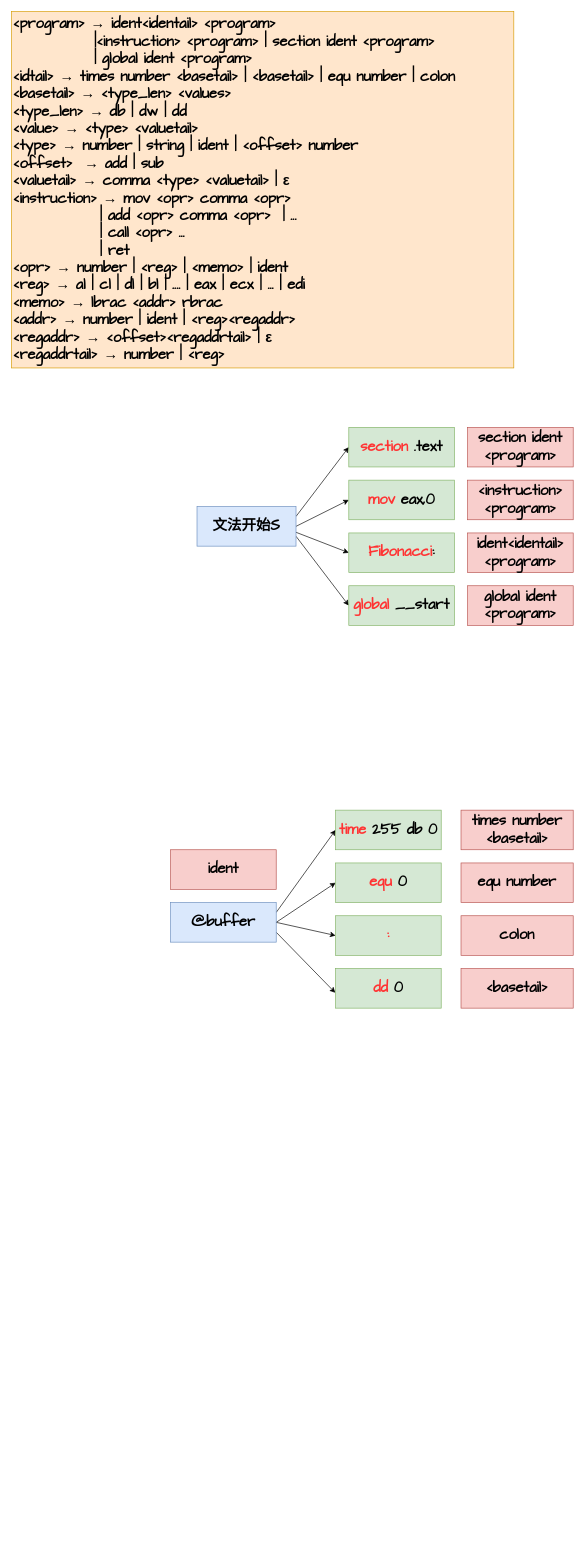
djh-sudo/tiny-C-Compiler keeps this draw.io diagram as document/src/as-递归下降.drawio. Above is the earlier version. Source tidied: cells renumbered, new cells numbered last; positions are measured from the earlier drawing's top-left corner, leaving out a move shared by most shapes. Both pictures are drawn from the tidied source at 66%, with x=0, y=0 at pixel (11, 11).
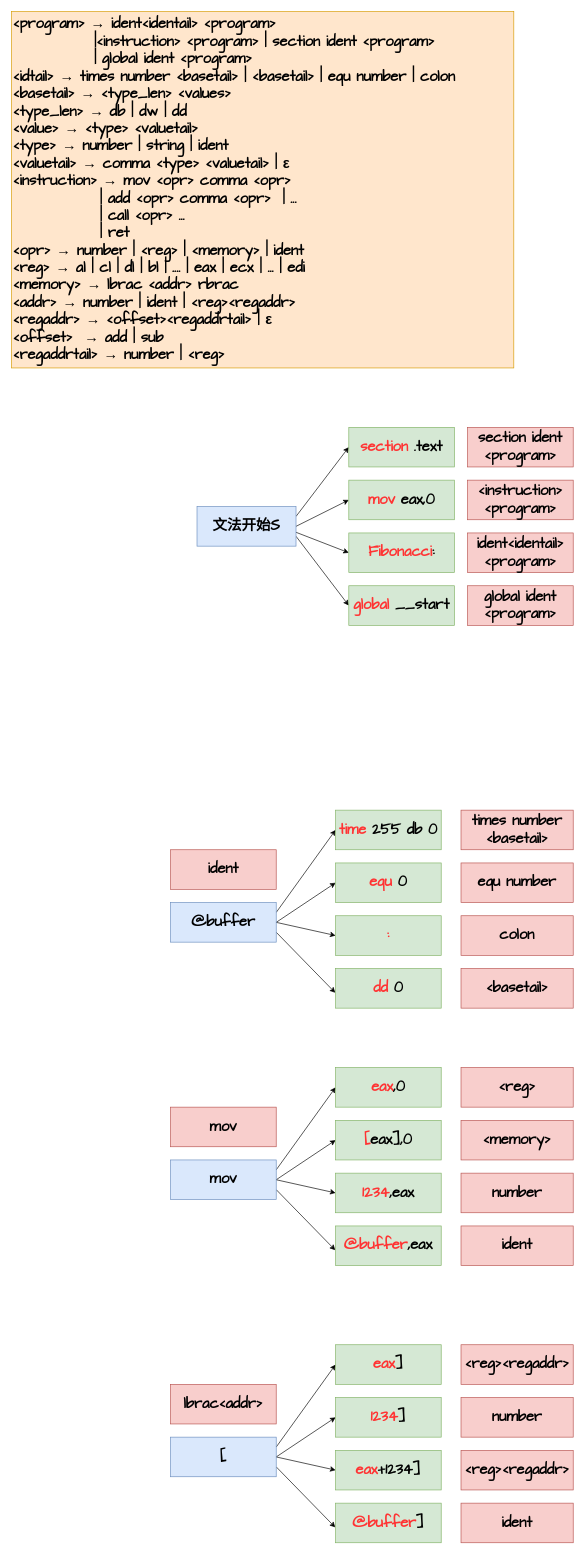
After the change.

What changed in the source:
```diff
@@
-    <mxCell id="2" value="&lt;b&gt;&lt;font face=&quot;Comic Sans MS&quot; style=&quot;font-size: 22px&quot;&gt;&amp;lt;program&amp;gt; → ident&amp;lt;identail&amp;gt; &amp;lt;program&amp;gt;&lt;br&gt;&amp;nbsp; &amp;nbsp; &amp;nbsp; &amp;nbsp; &amp;nbsp; &amp;nbsp; &amp;nbsp; |&amp;lt;instruction&amp;gt; &amp;lt;program&amp;gt; | section ident &amp;lt;program&amp;gt;&lt;br&gt;&amp;nbsp; &amp;nbsp; &amp;nbsp; &amp;nbsp; &amp;nbsp; &amp;nbsp; &amp;nbsp; | global ident &amp;lt;program&amp;gt;&lt;br&gt;&amp;lt;idtail&amp;gt; → times number &amp;lt;basetail&amp;gt; | &amp;lt;basetail&amp;gt; | equ number | colon&lt;br&gt;&amp;lt;basetail&amp;gt; → &amp;lt;type_len&amp;gt; &amp;lt;values&amp;gt;&lt;br&gt;&amp;lt;type_len&amp;gt; → db | dw | dd&lt;br&gt;&amp;lt;value&amp;gt; → &amp;lt;type&amp;gt; &amp;lt;valuetail&amp;gt;&lt;br&gt;&amp;lt;type&amp;gt; → number | string | ident | &amp;lt;offset&amp;gt; number&lt;br&gt;&amp;lt;offset&amp;gt;&amp;nbsp; → add | sub&lt;br&gt;&amp;lt;valuetail&amp;gt; → comma &amp;lt;type&amp;gt; &amp;lt;valuetail&amp;gt; | ε&lt;br&gt;&amp;lt;instruction&amp;gt; → mov &amp;lt;opr&amp;gt; comma &amp;lt;opr&amp;gt;&lt;br&gt;&amp;nbsp; &amp;nbsp; &amp;nbsp; &amp;nbsp; &amp;nbsp; &amp;nbsp; &amp;nbsp; &amp;nbsp;| add &amp;lt;opr&amp;gt; comma &amp;lt;opr&amp;gt;&amp;nbsp;&amp;nbsp;| ...&lt;br&gt;&amp;nbsp; &amp;nbsp; &amp;nbsp; &amp;nbsp; &amp;nbsp; &amp;nbsp; &amp;nbsp; &amp;nbsp;| call &amp;lt;opr&amp;gt; ...&lt;br&gt;&amp;nbsp; &amp;nbsp; &amp;nbsp; &amp;nbsp; &amp;nbsp; &amp;nbsp; &amp;nbsp; &amp;nbsp;| ret&lt;br&gt;&amp;lt;opr&amp;gt; → number | &amp;lt;reg&amp;gt; | &amp;lt;memo&amp;gt; | ident&lt;br&gt;&amp;lt;reg&amp;gt; → al | cl | dl | bl | .... | eax | ecx | ... | edi&lt;br&gt;&amp;lt;memo&amp;gt; → lbrac &amp;lt;addr&amp;gt; rbrac&lt;br&gt;&amp;lt;addr&amp;gt; → number | ident | &amp;lt;reg&amp;gt;&amp;lt;regaddr&amp;gt;&lt;br&gt;&amp;lt;regaddr&amp;gt; → &amp;lt;offset&amp;gt;&amp;lt;regaddrtail&amp;gt; | ε&lt;br&gt;&amp;lt;regaddrtail&amp;gt; → number | &amp;lt;reg&amp;gt;&lt;br&gt;&lt;/font&gt;&lt;/b&gt;" style="rounded=0;whiteSpace=wrap;html=1;fillColor=#ffe6cc;strokeColor=#d79b00;align=left;" parent="1" vertex="1">
+    <mxCell id="2" value="&lt;b&gt;&lt;font face=&quot;Comic Sans MS&quot; style=&quot;font-size: 22px&quot;&gt;&amp;lt;program&amp;gt; → ident&amp;lt;identail&amp;gt; &amp;lt;program&amp;gt;&lt;br&gt;&amp;nbsp; &amp;nbsp; &amp;nbsp; &amp;nbsp; &amp;nbsp; &amp;nbsp; &amp;nbsp; |&amp;lt;instruction&amp;gt; &amp;lt;program&amp;gt; | section ident &amp;lt;program&amp;gt;&lt;br&gt;&amp;nbsp; &amp;nbsp; &amp;nbsp; &amp;nbsp; &amp;nbsp; &amp;nbsp; &amp;nbsp; | global ident &amp;lt;program&amp;gt;&lt;br&gt;&amp;lt;idtail&amp;gt; → times number &amp;lt;basetail&amp;gt; | &amp;lt;basetail&amp;gt; | equ number | colon&lt;br&gt;&amp;lt;basetail&amp;gt; → &amp;lt;type_len&amp;gt; &amp;lt;values&amp;gt;&lt;br&gt;&amp;lt;type_len&amp;gt; → db | dw | dd&lt;br&gt;&amp;lt;value&amp;gt; → &amp;lt;type&amp;gt; &amp;lt;valuetail&amp;gt;&lt;br&gt;&amp;lt;type&amp;gt; → number | string | ident&lt;br&gt;&amp;lt;valuetail&amp;gt; → comma &amp;lt;type&amp;gt; &amp;lt;valuetail&amp;gt; | ε&lt;br&gt;&amp;lt;instruction&amp;gt; → mov &amp;lt;opr&amp;gt; comma &amp;lt;opr&amp;gt;&lt;br&gt;&amp;nbsp; &amp;nbsp; &amp;nbsp; &amp;nbsp; &amp;nbsp; &amp;nbsp; &amp;nbsp; &amp;nbsp;| add &amp;lt;opr&amp;gt; comma &amp;lt;opr&amp;gt;&amp;nbsp;&amp;nbsp;| ...&lt;br&gt;&amp;nbsp; &amp;nbsp; &amp;nbsp; &amp;nbsp; &amp;nbsp; &amp;nbsp; &amp;nbsp; &amp;nbsp;| call &amp;lt;opr&amp;gt; ...&lt;br&gt;&amp;nbsp; &amp;nbsp; &amp;nbsp; &amp;nbsp; &amp;nbsp; &amp;nbsp; &amp;nbsp; &amp;nbsp;| ret&lt;br&gt;&amp;lt;opr&amp;gt; → number | &amp;lt;reg&amp;gt; | &amp;lt;memory&amp;gt; | ident&lt;br&gt;&amp;lt;reg&amp;gt; → al | cl | dl | bl | .... | eax | ecx | ... | edi&lt;br&gt;&amp;lt;memory&amp;gt; → lbrac &amp;lt;addr&amp;gt; rbrac&lt;br&gt;&amp;lt;addr&amp;gt; → number | ident | &amp;lt;reg&amp;gt;&amp;lt;regaddr&amp;gt;&lt;br&gt;&amp;lt;regaddr&amp;gt; → &amp;lt;offset&amp;gt;&amp;lt;regaddrtail&amp;gt; | ε&lt;br&gt;&lt;/font&gt;&lt;/b&gt;&lt;b&gt;&lt;font face=&quot;Comic Sans MS&quot; style=&quot;font-size: 22px&quot;&gt;&amp;lt;offset&amp;gt;&amp;nbsp; → add | sub&lt;/font&gt;&lt;/b&gt;&lt;b&gt;&lt;font face=&quot;Comic Sans MS&quot; style=&quot;font-size: 22px&quot;&gt;&lt;br&gt;&amp;lt;regaddrtail&amp;gt; → number | &amp;lt;reg&amp;gt;&lt;br&gt;&lt;/font&gt;&lt;/b&gt;" style="rounded=0;whiteSpace=wrap;html=1;fillColor=#ffe6cc;strokeColor=#d79b00;align=left;" parent="1" vertex="1">
       <mxGeometry width="761" height="540" as="geometry" />
     </mxCell>
@@
+    <mxCell id="30" style="edgeStyle=none;rounded=0;jettySize=auto;html=1;exitX=1;exitY=0.25;exitDx=0;exitDy=0;entryX=0;entryY=0.5;entryDx=0;entryDy=0;" parent="1" edge="1" source="34" target="36">
+      <mxGeometry relative="1" as="geometry" />
+    </mxCell>
+    <mxCell id="31" style="edgeStyle=none;rounded=0;jettySize=auto;html=1;entryX=0;entryY=0.5;entryDx=0;entryDy=0;exitX=1;exitY=0.5;exitDx=0;exitDy=0;" parent="1" edge="1" source="34" target="37">
+      <mxGeometry relative="1" as="geometry" />
+    </mxCell>
+    <mxCell id="32" style="edgeStyle=none;rounded=0;jettySize=auto;html=1;entryX=0;entryY=0.5;entryDx=0;entryDy=0;exitX=1;exitY=0.5;exitDx=0;exitDy=0;" parent="1" edge="1" source="34" target="38">
+      <mxGeometry relative="1" as="geometry" />
+    </mxCell>
+    <mxCell id="33" style="edgeStyle=none;rounded=0;jettySize=auto;html=1;exitX=1;exitY=0.75;exitDx=0;exitDy=0;entryX=-0.003;entryY=0.612;entryDx=0;entryDy=0;entryPerimeter=0;" parent="1" edge="1" source="34" target="39">
+      <mxGeometry relative="1" as="geometry" />
+    </mxCell>
+    <mxCell id="34" value="&lt;b&gt;&lt;font face=&quot;Comic Sans MS&quot; style=&quot;font-size: 22px&quot;&gt;mov&lt;/font&gt;&lt;/b&gt;" style="rounded=0;whiteSpace=wrap;html=1;fillColor=#dae8fc;strokeColor=#6c8ebf;" parent="1" vertex="1">
+      <mxGeometry x="241" y="1740" width="160" height="60" as="geometry" />
+    </mxCell>
+    <mxCell id="35" value="&lt;font face=&quot;Comic Sans MS&quot;&gt;&lt;span style=&quot;font-size: 22px&quot;&gt;&lt;b&gt;mov&lt;/b&gt;&lt;/span&gt;&lt;/font&gt;" style="rounded=0;whiteSpace=wrap;html=1;fillColor=#f8cecc;strokeColor=#b85450;" parent="1" vertex="1">
+      <mxGeometry x="241" y="1660" width="160" height="60" as="geometry" />
+    </mxCell>
+    <mxCell id="36" value="&lt;font face=&quot;Comic Sans MS&quot;&gt;&lt;span style=&quot;font-size: 22px&quot;&gt;&lt;b&gt;&lt;font color=&quot;#ff3333&quot;&gt;eax&lt;/font&gt;,0&lt;/b&gt;&lt;/span&gt;&lt;/font&gt;" style="rounded=0;whiteSpace=wrap;html=1;fillColor=#d5e8d4;strokeColor=#82b366;" parent="1" vertex="1">
+      <mxGeometry x="491" y="1600" width="160" height="60" as="geometry" />
+    </mxCell>
+    <mxCell id="37" value="&lt;font face=&quot;Comic Sans MS&quot;&gt;&lt;span style=&quot;font-size: 22px&quot;&gt;&lt;b&gt;&lt;font color=&quot;#ff3333&quot;&gt;[&lt;/font&gt;eax],0&lt;/b&gt;&lt;/span&gt;&lt;/font&gt;" style="rounded=0;whiteSpace=wrap;html=1;fillColor=#d5e8d4;strokeColor=#82b366;" parent="1" vertex="1">
+      <mxGeometry x="491" y="1680" width="160" height="60" as="geometry" />
+    </mxCell>
+    <mxCell id="38" value="&lt;font face=&quot;Comic Sans MS&quot;&gt;&lt;span style=&quot;font-size: 22px&quot;&gt;&lt;b&gt;&lt;font color=&quot;#ff3333&quot;&gt;1234&lt;/font&gt;,eax&lt;/b&gt;&lt;/span&gt;&lt;/font&gt;" style="rounded=0;whiteSpace=wrap;html=1;fillColor=#d5e8d4;strokeColor=#82b366;" parent="1" vertex="1">
+      <mxGeometry x="491" y="1760" width="160" height="60" as="geometry" />
+    </mxCell>
+    <mxCell id="39" value="&lt;font face=&quot;Comic Sans MS&quot;&gt;&lt;span style=&quot;font-size: 22px&quot;&gt;&lt;b&gt;&lt;font color=&quot;#ff3333&quot;&gt;@buffer&lt;/font&gt;,eax&lt;/b&gt;&lt;/span&gt;&lt;/font&gt;" style="rounded=0;whiteSpace=wrap;html=1;fillColor=#d5e8d4;strokeColor=#82b366;" parent="1" vertex="1">
+      <mxGeometry x="491" y="1840" width="160" height="60" as="geometry" />
+    </mxCell>
+    <mxCell id="40" value="&lt;b&gt;&lt;font face=&quot;Comic Sans MS&quot; style=&quot;font-size: 22px&quot;&gt;&amp;lt;reg&amp;gt;&lt;/font&gt;&lt;/b&gt;" style="rounded=0;whiteSpace=wrap;html=1;fillColor=#f8cecc;strokeColor=#b85450;" parent="1" vertex="1">
+      <mxGeometry x="681" y="1600" width="170" height="60" as="geometry" />
+    </mxCell>
+    <mxCell id="41" value="&lt;b&gt;&lt;font face=&quot;Comic Sans MS&quot; style=&quot;font-size: 22px&quot;&gt;&amp;lt;memory&amp;gt;&lt;/font&gt;&lt;/b&gt;" style="rounded=0;whiteSpace=wrap;html=1;fillColor=#f8cecc;strokeColor=#b85450;" parent="1" vertex="1">
+      <mxGeometry x="681" y="1680" width="170" height="60" as="geometry" />
+    </mxCell>
+    <mxCell id="42" value="&lt;font face=&quot;Comic Sans MS&quot;&gt;&lt;span style=&quot;font-size: 22px&quot;&gt;&lt;b&gt;number&lt;/b&gt;&lt;/span&gt;&lt;/font&gt;" style="rounded=0;whiteSpace=wrap;html=1;fillColor=#f8cecc;strokeColor=#b85450;" parent="1" vertex="1">
+      <mxGeometry x="681" y="1760" width="170" height="60" as="geometry" />
+    </mxCell>
+    <mxCell id="43" value="&lt;b&gt;&lt;font face=&quot;Comic Sans MS&quot; style=&quot;font-size: 22px&quot;&gt;ident&lt;/font&gt;&lt;/b&gt;" style="rounded=0;whiteSpace=wrap;html=1;fillColor=#f8cecc;strokeColor=#b85450;" parent="1" vertex="1">
+      <mxGeometry x="681" y="1840" width="170" height="60" as="geometry" />
+    </mxCell>
+    <mxCell id="44" style="edgeStyle=none;rounded=0;jettySize=auto;html=1;exitX=1;exitY=0.25;exitDx=0;exitDy=0;entryX=0;entryY=0.5;entryDx=0;entryDy=0;" parent="1" edge="1" source="48" target="50">
+      <mxGeometry relative="1" as="geometry" />
+    </mxCell>
+    <mxCell id="45" style="edgeStyle=none;rounded=0;jettySize=auto;html=1;entryX=0;entryY=0.5;entryDx=0;entryDy=0;exitX=1;exitY=0.5;exitDx=0;exitDy=0;" parent="1" edge="1" source="48" target="51">
+      <mxGeometry relative="1" as="geometry" />
+    </mxCell>
+    <mxCell id="46" style="edgeStyle=none;rounded=0;jettySize=auto;html=1;entryX=0;entryY=0.5;entryDx=0;entryDy=0;exitX=1;exitY=0.5;exitDx=0;exitDy=0;" parent="1" edge="1" source="48" target="52">
+      <mxGeometry relative="1" as="geometry" />
+    </mxCell>
+    <mxCell id="47" style="edgeStyle=none;rounded=0;jettySize=auto;html=1;exitX=1;exitY=0.75;exitDx=0;exitDy=0;entryX=-0.003;entryY=0.612;entryDx=0;entryDy=0;entryPerimeter=0;" parent="1" edge="1" source="48" target="53">
+      <mxGeometry relative="1" as="geometry" />
+    </mxCell>
+    <mxCell id="48" value="&lt;font face=&quot;Comic Sans MS&quot;&gt;&lt;span style=&quot;font-size: 22px&quot;&gt;&lt;b&gt;[&lt;/b&gt;&lt;/span&gt;&lt;/font&gt;" style="rounded=0;whiteSpace=wrap;html=1;fillColor=#dae8fc;strokeColor=#6c8ebf;" parent="1" vertex="1">
+      <mxGeometry x="241" y="2160" width="160" height="60" as="geometry" />
+    </mxCell>
+    <mxCell id="49" value="&lt;font face=&quot;Comic Sans MS&quot;&gt;&lt;span style=&quot;font-size: 22px&quot;&gt;&lt;b&gt;lbrac&amp;lt;addr&amp;gt;&lt;/b&gt;&lt;/span&gt;&lt;/font&gt;" style="rounded=0;whiteSpace=wrap;html=1;fillColor=#f8cecc;strokeColor=#b85450;" parent="1" vertex="1">
+      <mxGeometry x="241" y="2080" width="160" height="60" as="geometry" />
+    </mxCell>
+    <mxCell id="50" value="&lt;font face=&quot;Comic Sans MS&quot;&gt;&lt;span style=&quot;font-size: 22px&quot;&gt;&lt;b&gt;&lt;font color=&quot;#ff3333&quot;&gt;eax&lt;/font&gt;]&lt;/b&gt;&lt;/span&gt;&lt;/font&gt;" style="rounded=0;whiteSpace=wrap;html=1;fillColor=#d5e8d4;strokeColor=#82b366;" parent="1" vertex="1">
+      <mxGeometry x="491" y="2020" width="160" height="60" as="geometry" />
+    </mxCell>
+    <mxCell id="51" value="&lt;font face=&quot;Comic Sans MS&quot;&gt;&lt;span style=&quot;font-size: 22px&quot;&gt;&lt;b&gt;&lt;font color=&quot;#ff3333&quot;&gt;1234&lt;/font&gt;]&lt;/b&gt;&lt;/span&gt;&lt;/font&gt;" style="rounded=0;whiteSpace=wrap;html=1;fillColor=#d5e8d4;strokeColor=#82b366;" parent="1" vertex="1">
+      <mxGeometry x="491" y="2100" width="160" height="60" as="geometry" />
+    </mxCell>
+    <mxCell id="52" value="&lt;font face=&quot;Comic Sans MS&quot;&gt;&lt;span style=&quot;font-size: 22px&quot;&gt;&lt;b&gt;&lt;font color=&quot;#ff3333&quot;&gt;eax&lt;/font&gt;+1234]&lt;/b&gt;&lt;/span&gt;&lt;/font&gt;" style="rounded=0;whiteSpace=wrap;html=1;fillColor=#d5e8d4;strokeColor=#82b366;" parent="1" vertex="1">
+      <mxGeometry x="491" y="2180" width="160" height="60" as="geometry" />
+    </mxCell>
+    <mxCell id="53" value="&lt;font face=&quot;Comic Sans MS&quot;&gt;&lt;span style=&quot;font-size: 22px&quot;&gt;&lt;b&gt;&lt;font color=&quot;#ff3333&quot;&gt;@buffer&lt;/font&gt;]&lt;/b&gt;&lt;/span&gt;&lt;/font&gt;" style="rounded=0;whiteSpace=wrap;html=1;fillColor=#d5e8d4;strokeColor=#82b366;" parent="1" vertex="1">
+      <mxGeometry x="491" y="2260" width="160" height="60" as="geometry" />
+    </mxCell>
+    <mxCell id="54" value="&lt;b&gt;&lt;font face=&quot;Comic Sans MS&quot; style=&quot;font-size: 22px&quot;&gt;&amp;lt;reg&amp;gt;&amp;lt;regaddr&amp;gt;&lt;/font&gt;&lt;/b&gt;" style="rounded=0;whiteSpace=wrap;html=1;fillColor=#f8cecc;strokeColor=#b85450;" parent="1" vertex="1">
+      <mxGeometry x="681" y="2020" width="170" height="60" as="geometry" />
+    </mxCell>
+    <mxCell id="55" value="&lt;font face=&quot;Comic Sans MS&quot;&gt;&lt;span style=&quot;font-size: 22px&quot;&gt;&lt;b&gt;number&lt;/b&gt;&lt;/span&gt;&lt;/font&gt;" style="rounded=0;whiteSpace=wrap;html=1;fillColor=#f8cecc;strokeColor=#b85450;" parent="1" vertex="1">
+      <mxGeometry x="681" y="2100" width="170" height="60" as="geometry" />
+    </mxCell>
+    <mxCell id="56" value="&lt;font face=&quot;Comic Sans MS&quot;&gt;&lt;span style=&quot;font-size: 22px&quot;&gt;&lt;b&gt;&amp;lt;reg&amp;gt;&amp;lt;regaddr&amp;gt;&lt;/b&gt;&lt;/span&gt;&lt;/font&gt;" style="rounded=0;whiteSpace=wrap;html=1;fillColor=#f8cecc;strokeColor=#b85450;" parent="1" vertex="1">
+      <mxGeometry x="681" y="2180" width="170" height="60" as="geometry" />
+    </mxCell>
+    <mxCell id="57" value="&lt;b&gt;&lt;font face=&quot;Comic Sans MS&quot; style=&quot;font-size: 22px&quot;&gt;ident&lt;/font&gt;&lt;/b&gt;" style="rounded=0;whiteSpace=wrap;html=1;fillColor=#f8cecc;strokeColor=#b85450;" parent="1" vertex="1">
+      <mxGeometry x="681" y="2260" width="170" height="60" as="geometry" />
+    </mxCell>
```
